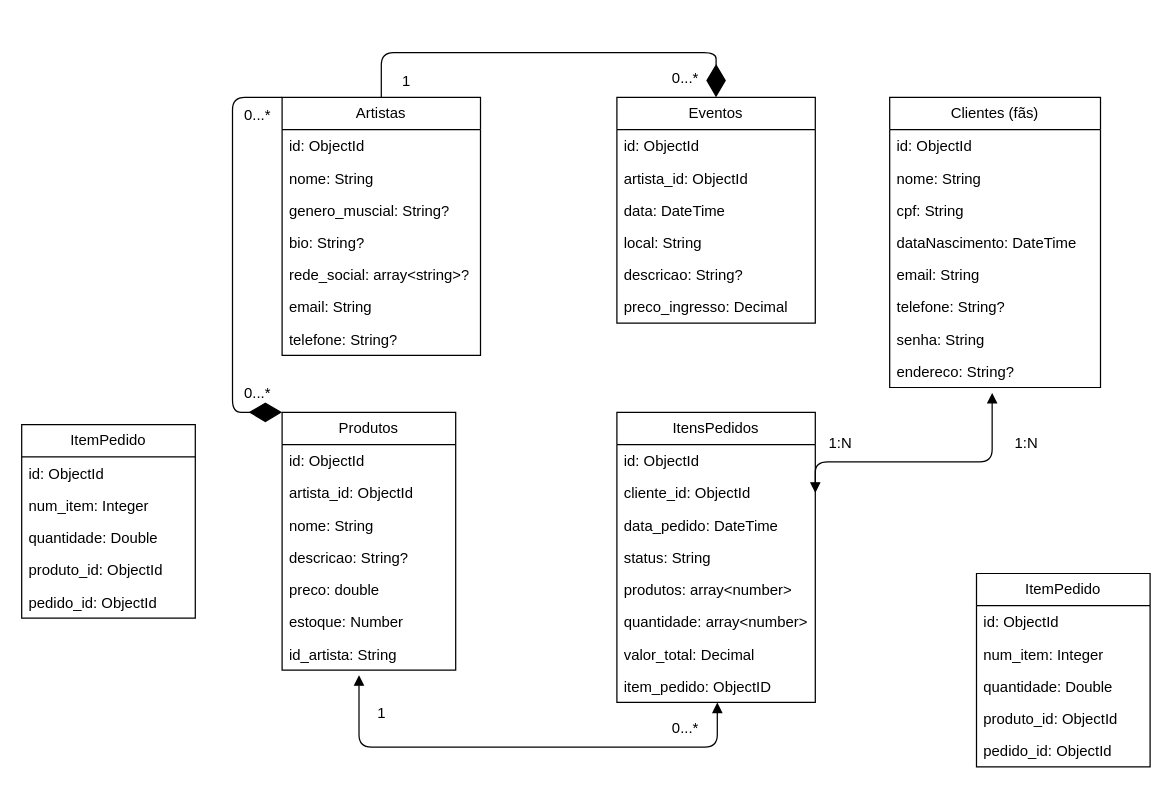
Earlier version of the draw.io diagram page "ARTISTAS" (1 of 2) of docs/NoAm.drawio (FatecFranca/DSM-P3-G02-2025-2). Source tidied: cells renumbered, new cells numbered last; positions are measured from the earlier drawing's top-left corner, leaving out a move shared by most shapes. Both pictures are drawn from the tidied source at 124%, with x=0, y=0 at pixel (21, 52).
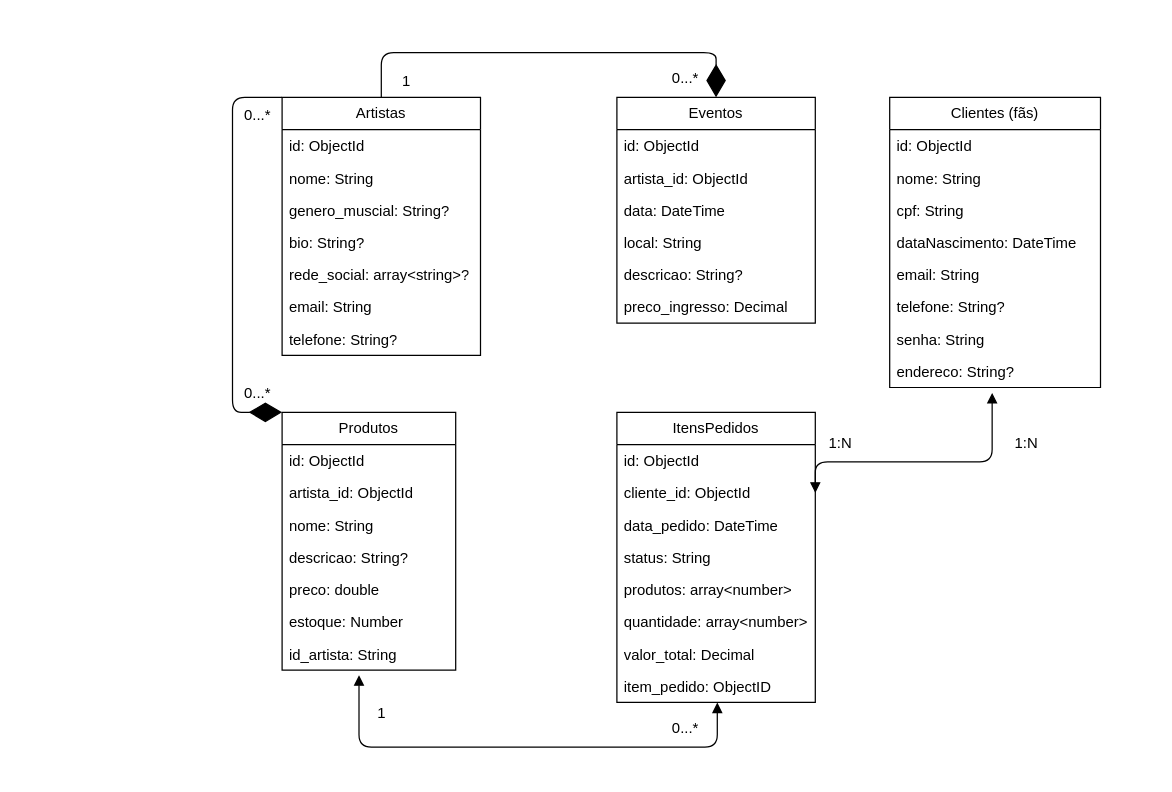
After the change.

Change to the diagram source:
```diff
@@
-    <mxCell id="55" value="ItemPedido" style="swimlane;fontStyle=0;horizontal=1;startSize=26;fillColor=none;whiteSpace=wrap;html=1;" parent="1" vertex="1">
-      <mxGeometry y="300" width="140" height="156" as="geometry" />
-    </mxCell>
-    <mxCell id="56" value="id: ObjectId" style="text;strokeColor=none;fillColor=none;align=left;verticalAlign=top;spacingLeft=4;spacingRight=4;overflow=hidden;whiteSpace=wrap;html=1;" parent="55" vertex="1">
-      <mxGeometry y="26" width="140" height="26" as="geometry" />
-    </mxCell>
-    <mxCell id="57" value="num_item: Integer" style="text;strokeColor=none;fillColor=none;align=left;verticalAlign=top;spacingLeft=4;spacingRight=4;overflow=hidden;whiteSpace=wrap;html=1;" parent="55" vertex="1">
-      <mxGeometry y="52" width="140" height="26" as="geometry" />
-    </mxCell>
-    <mxCell id="58" value="quantidade: Double" style="text;strokeColor=none;fillColor=none;align=left;verticalAlign=top;spacingLeft=4;spacingRight=4;overflow=hidden;whiteSpace=wrap;html=1;" parent="55" vertex="1">
-      <mxGeometry y="78" width="140" height="26" as="geometry" />
-    </mxCell>
-    <mxCell id="59" value="produto_id: ObjectId" style="text;strokeColor=none;fillColor=none;align=left;verticalAlign=top;spacingLeft=4;spacingRight=4;overflow=hidden;whiteSpace=wrap;html=1;" parent="55" vertex="1">
-      <mxGeometry y="104" width="140" height="26" as="geometry" />
-    </mxCell>
-    <mxCell id="60" value="pedido_id: ObjectId" style="text;strokeColor=none;fillColor=none;align=left;verticalAlign=top;spacingLeft=4;spacingRight=4;overflow=hidden;whiteSpace=wrap;html=1;" parent="55" vertex="1">
-      <mxGeometry y="130" width="140" height="26" as="geometry" />
-    </mxCell>
-    <mxCell id="61" value="ItemPedido" style="swimlane;fontStyle=0;horizontal=1;startSize=26;fillColor=none;whiteSpace=wrap;html=1;" parent="1" vertex="1">
-      <mxGeometry x="770" y="420" width="140" height="156" as="geometry" />
-    </mxCell>
-    <mxCell id="62" value="id: ObjectId" style="text;strokeColor=none;fillColor=none;align=left;verticalAlign=top;spacingLeft=4;spacingRight=4;overflow=hidden;whiteSpace=wrap;html=1;" parent="61" vertex="1">
-      <mxGeometry y="26" width="140" height="26" as="geometry" />
-    </mxCell>
-    <mxCell id="63" value="num_item: Integer" style="text;strokeColor=none;fillColor=none;align=left;verticalAlign=top;spacingLeft=4;spacingRight=4;overflow=hidden;whiteSpace=wrap;html=1;" parent="61" vertex="1">
-      <mxGeometry y="52" width="140" height="26" as="geometry" />
-    </mxCell>
-    <mxCell id="64" value="quantidade: Double" style="text;strokeColor=none;fillColor=none;align=left;verticalAlign=top;spacingLeft=4;spacingRight=4;overflow=hidden;whiteSpace=wrap;html=1;" parent="61" vertex="1">
-      <mxGeometry y="78" width="140" height="26" as="geometry" />
-    </mxCell>
-    <mxCell id="65" value="produto_id: ObjectId" style="text;strokeColor=none;fillColor=none;align=left;verticalAlign=top;spacingLeft=4;spacingRight=4;overflow=hidden;whiteSpace=wrap;html=1;" parent="61" vertex="1">
-      <mxGeometry y="104" width="140" height="26" as="geometry" />
-    </mxCell>
-    <mxCell id="66" value="pedido_id: ObjectId" style="text;strokeColor=none;fillColor=none;align=left;verticalAlign=top;spacingLeft=4;spacingRight=4;overflow=hidden;whiteSpace=wrap;html=1;" parent="61" vertex="1">
-      <mxGeometry y="130" width="140" height="26" as="geometry" />
-    </mxCell>
```
